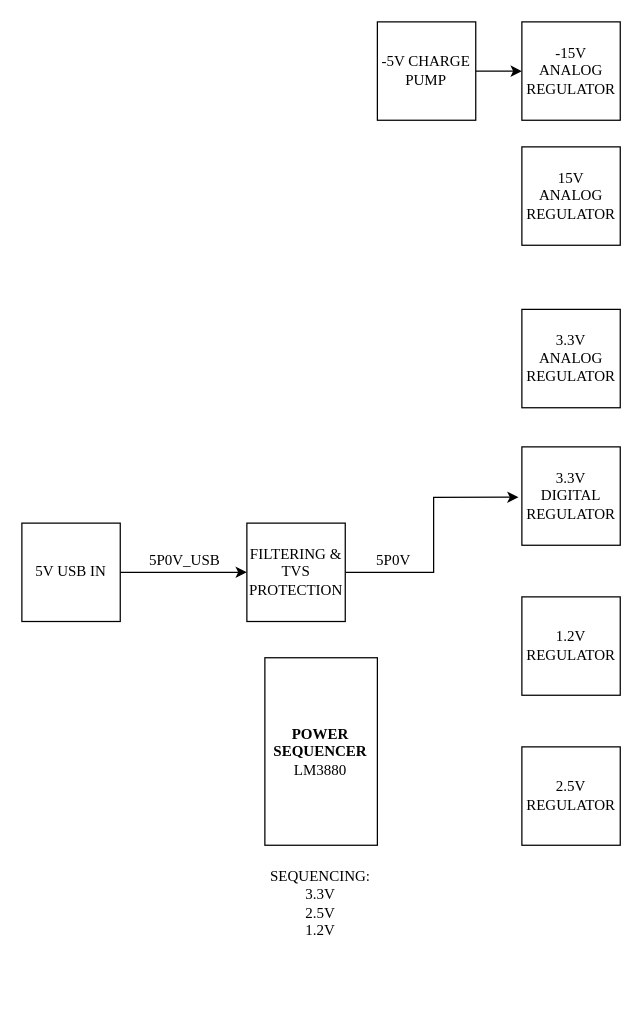
The draw.io diagram page "Power" (2 of 4) of 1_hw/01_block_diagram/arb.drawio in brzyzek/arb, before the edit. Source tidied: cells renumbered, new cells numbered last; positions are measured from the earlier drawing's top-left corner, leaving out a move shared by most shapes. Both pictures are drawn from the tidied source at 125%, with x=0, y=0 at pixel (21, 21).
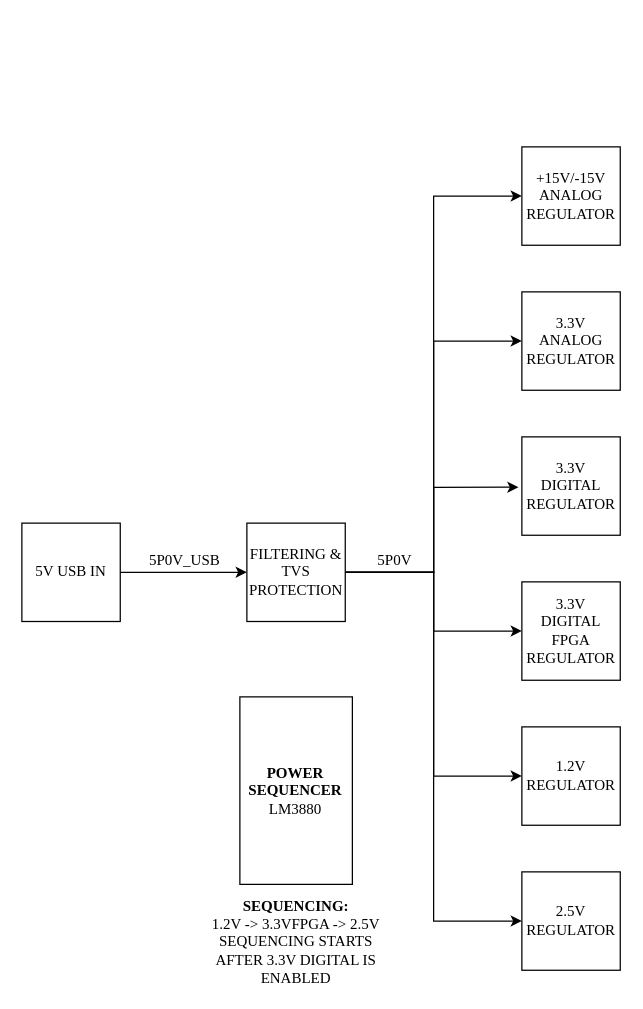
After the change.

The change refers to these unchanged cells:
```xml
<mxCell id="9" value="FILTERING &amp;amp; TVS PROTECTION" style="rounded=0;whiteSpace=wrap;html=1;fontFamily=Times New Roman;glass=0;shadow=0;" parent="1" vertex="1">
  <mxGeometry x="180" y="401" width="78.7" height="78.7" as="geometry" />
</mxCell>
```

Diff of the diagram source:
```diff
@@
     <mxCell id="2" value="1.2&lt;span style=&quot;background-color: initial;&quot;&gt;V REGULATOR&lt;/span&gt;" style="rounded=0;whiteSpace=wrap;html=1;fontFamily=Times New Roman;glass=0;shadow=0;" parent="1" vertex="1">
-      <mxGeometry x="400" y="460" width="78.7" height="78.7" as="geometry" />
+      <mxGeometry x="400" y="564" width="78.7" height="78.7" as="geometry" />
     </mxCell>
     <mxCell id="3" value="3.3&lt;span style=&quot;background-color: initial;&quot;&gt;V&lt;/span&gt;&lt;div&gt;&lt;span style=&quot;background-color: initial;&quot;&gt;DIGITAL REGULATOR&lt;/span&gt;&lt;/div&gt;" style="rounded=0;whiteSpace=wrap;html=1;fontFamily=Times New Roman;glass=0;shadow=0;" parent="1" vertex="1">
-      <mxGeometry x="400" y="340" width="78.7" height="78.7" as="geometry" />
+      <mxGeometry x="400" y="332" width="78.7" height="78.7" as="geometry" />
     </mxCell>
@@
+    <mxCell id="18" style="edgeStyle=orthogonalEdgeStyle;rounded=0;jettySize=auto;html=1;entryX=0;entryY=0.5;entryDx=0;entryDy=0;" parent="1" edge="1" source="9" target="23">
+      <mxGeometry relative="1" as="geometry" />
+    </mxCell>
+    <mxCell id="19" style="edgeStyle=orthogonalEdgeStyle;rounded=0;jettySize=auto;html=1;entryX=0;entryY=0.5;entryDx=0;entryDy=0;" parent="1" edge="1" source="9" target="2">
+      <mxGeometry relative="1" as="geometry" />
+    </mxCell>
+    <mxCell id="20" style="edgeStyle=orthogonalEdgeStyle;rounded=0;jettySize=auto;html=1;entryX=0;entryY=0.5;entryDx=0;entryDy=0;" parent="1" edge="1" source="9" target="11">
+      <mxGeometry relative="1" as="geometry" />
+    </mxCell>
+    <mxCell id="21" style="edgeStyle=orthogonalEdgeStyle;rounded=0;jettySize=auto;html=1;entryX=0;entryY=0.5;entryDx=0;entryDy=0;" parent="1" edge="1" source="9" target="10">
+      <mxGeometry relative="1" as="geometry" />
+    </mxCell>
+    <mxCell id="22" style="edgeStyle=orthogonalEdgeStyle;rounded=0;jettySize=auto;html=1;entryX=0;entryY=0.5;entryDx=0;entryDy=0;" parent="1" edge="1" source="9" target="14">
+      <mxGeometry relative="1" as="geometry" />
+    </mxCell>
@@
     <mxCell id="10" value="3.3&lt;span style=&quot;background-color: initial;&quot;&gt;V&lt;/span&gt;&lt;div&gt;&lt;span style=&quot;background-color: initial;&quot;&gt;ANALOG REGULATOR&lt;/span&gt;&lt;/div&gt;" style="rounded=0;whiteSpace=wrap;html=1;fontFamily=Times New Roman;glass=0;shadow=0;" parent="1" vertex="1">
-      <mxGeometry x="400" y="230" width="78.7" height="78.7" as="geometry" />
+      <mxGeometry x="400" y="216" width="78.7" height="78.7" as="geometry" />
     </mxCell>
     <mxCell id="11" value="&lt;span style=&quot;background-color: initial;&quot;&gt;2.5V REGULATOR&lt;/span&gt;" style="rounded=0;whiteSpace=wrap;html=1;fontFamily=Times New Roman;glass=0;shadow=0;" parent="1" vertex="1">
-      <mxGeometry x="400" y="580" width="78.7" height="78.7" as="geometry" />
+      <mxGeometry x="400" y="680" width="78.7" height="78.7" as="geometry" />
     </mxCell>
     <mxCell id="12" value="&lt;b&gt;POWER SEQUENCER&lt;/b&gt;&lt;div&gt;LM3880&lt;br&gt;&lt;/div&gt;" style="rounded=0;whiteSpace=wrap;html=1;fontFamily=Times New Roman;glass=0;shadow=0;" parent="1" vertex="1">
-      <mxGeometry x="194.4" y="508.7" width="90" height="150" as="geometry" />
+      <mxGeometry x="174.4" y="540" width="90" height="150" as="geometry" />
     </mxCell>
-    <mxCell id="13" value="SEQUENCING:&lt;div&gt;3.3V&lt;/div&gt;&lt;div&gt;2.5V&lt;/div&gt;&lt;div&gt;1.2V&lt;/div&gt;" style="text;strokeColor=none;align=center;fillColor=none;html=1;verticalAlign=middle;whiteSpace=wrap;rounded=0;fontFamily=Times New Roman;" parent="1" vertex="1">
-      <mxGeometry x="209.4" y="690" width="60" height="30" as="geometry" />
+    <mxCell id="13" value="&lt;div&gt;&lt;span style=&quot;background-color: initial;&quot;&gt;&lt;b&gt;SEQUENCING:&lt;/b&gt;&lt;/span&gt;&lt;br&gt;&lt;/div&gt;&lt;div&gt;1.2V -&amp;gt; 3.3VFPGA -&amp;gt; 2.5V&lt;/div&gt;&lt;div&gt;SEQUENCING STARTS AFTER 3.3V DIGITAL IS ENABLED&lt;/div&gt;" style="text;strokeColor=none;align=center;fillColor=none;html=1;verticalAlign=middle;whiteSpace=wrap;rounded=0;fontFamily=Times New Roman;" parent="1" vertex="1">
+      <mxGeometry x="144.7" y="721.3" width="149.4" height="30" as="geometry" />
     </mxCell>
-    <mxCell id="14" value="&lt;span style=&quot;background-color: initial;&quot;&gt;15V&lt;/span&gt;&lt;div&gt;&lt;span style=&quot;background-color: initial;&quot;&gt;ANALOG REGULATOR&lt;/span&gt;&lt;/div&gt;" style="rounded=0;whiteSpace=wrap;html=1;fontFamily=Times New Roman;glass=0;shadow=0;" parent="1" vertex="1">
+    <mxCell id="14" value="&lt;span style=&quot;background-color: initial;&quot;&gt;+15V/-15V&lt;/span&gt;&lt;div&gt;&lt;span style=&quot;background-color: initial;&quot;&gt;ANALOG REGULATOR&lt;/span&gt;&lt;/div&gt;" style="rounded=0;whiteSpace=wrap;html=1;fontFamily=Times New Roman;glass=0;shadow=0;" parent="1" vertex="1">
       <mxGeometry x="400" y="100" width="78.7" height="78.7" as="geometry" />
     </mxCell>
-    <mxCell id="15" value="&lt;span style=&quot;background-color: initial;&quot;&gt;-15V ANALOG REGULATOR&lt;/span&gt;" style="rounded=0;whiteSpace=wrap;html=1;fontFamily=Times New Roman;glass=0;shadow=0;" parent="1" vertex="1">
-      <mxGeometry x="400" width="78.7" height="78.7" as="geometry" />
-    </mxCell>
-    <mxCell id="16" style="edgeStyle=orthogonalEdgeStyle;rounded=0;jettySize=auto;html=1;" parent="1" edge="1" source="17" target="15">
-      <mxGeometry relative="1" as="geometry" />
-    </mxCell>
-    <mxCell id="17" value="&lt;span style=&quot;background-color: initial;&quot;&gt;-5V CHARGE PUMP&lt;/span&gt;" style="rounded=0;whiteSpace=wrap;html=1;fontFamily=Times New Roman;glass=0;shadow=0;" parent="1" vertex="1">
-      <mxGeometry x="284.4" width="78.7" height="78.7" as="geometry" />
-    </mxCell>
+    <mxCell id="23" value="3.3&lt;span style=&quot;background-color: initial;&quot;&gt;V&lt;/span&gt;&lt;div&gt;&lt;span style=&quot;background-color: initial;&quot;&gt;DIGITAL FPGA REGULATOR&lt;/span&gt;&lt;/div&gt;" style="rounded=0;whiteSpace=wrap;html=1;fontFamily=Times New Roman;glass=0;shadow=0;" parent="1" vertex="1">
+      <mxGeometry x="400" y="448" width="78.7" height="78.7" as="geometry" />
+    </mxCell>
```
